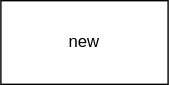
Earlier version of the draw.io export Untitled Diagram.svg (Freerider82/iMindMap). Source tidied: cells renumbered, new cells last; positions are measured from the earlier drawing's top-left corner, leaving out a move shared by most shapes. Its diagram source:
```xml
<mxGraphModel>
  <root>
    <mxCell id="0" />
    <mxCell id="1" parent="0" />
    <mxCell id="2" value="new" style="rounded=0;whiteSpace=wrap;html=1;" parent="1" vertex="1">
      <mxGeometry width="120" height="60" as="geometry" />
    </mxCell>
  </root>
</mxGraphModel>
```
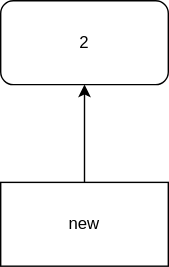
After the commit.

Change to the diagram source:
```diff
@@ -2,8 +2,14 @@
   <root>
     <mxCell id="0" />
     <mxCell id="1" parent="0" />
+    <mxCell id="3" style="edgeStyle=orthogonalEdgeStyle;rounded=0;jettySize=auto;html=1;exitX=0.5;exitY=0;exitDx=0;exitDy=0;" parent="1" edge="1" source="2" target="4">
+      <mxGeometry relative="1" as="geometry" />
+    </mxCell>
     <mxCell id="2" value="new" style="rounded=0;whiteSpace=wrap;html=1;" parent="1" vertex="1">
       <mxGeometry width="120" height="60" as="geometry" />
     </mxCell>
+    <mxCell id="4" value="2" style="rounded=1;whiteSpace=wrap;html=1;" parent="1" vertex="1">
+      <mxGeometry y="-130" width="120" height="60" as="geometry" />
+    </mxCell>
   </root>
 </mxGraphModel>
```
